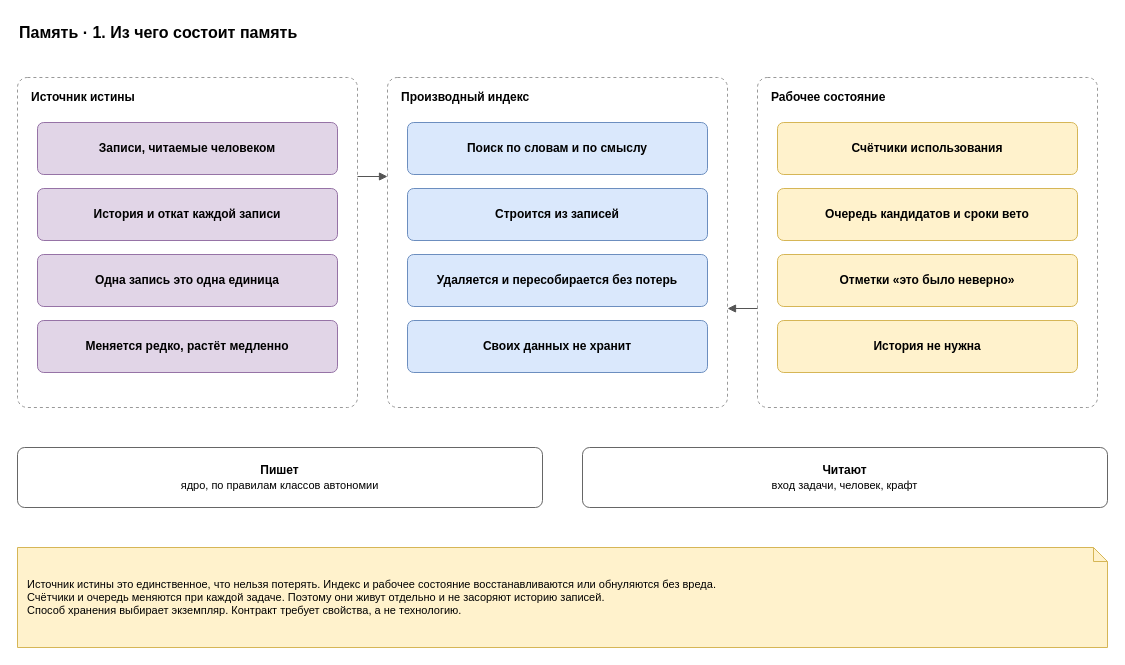
Before: page "1. Состав" (1 of 7) of docs/spec/harness-memory.drawio in roygkov/reins, a draw.io diagram. Source tidied: cells renumbered, new cells numbered last; positions are measured from the earlier drawing's top-left corner, leaving out a move shared by most shapes. Both pictures are drawn from the tidied source at 100%, with x=0, y=0 at pixel (17, 17).
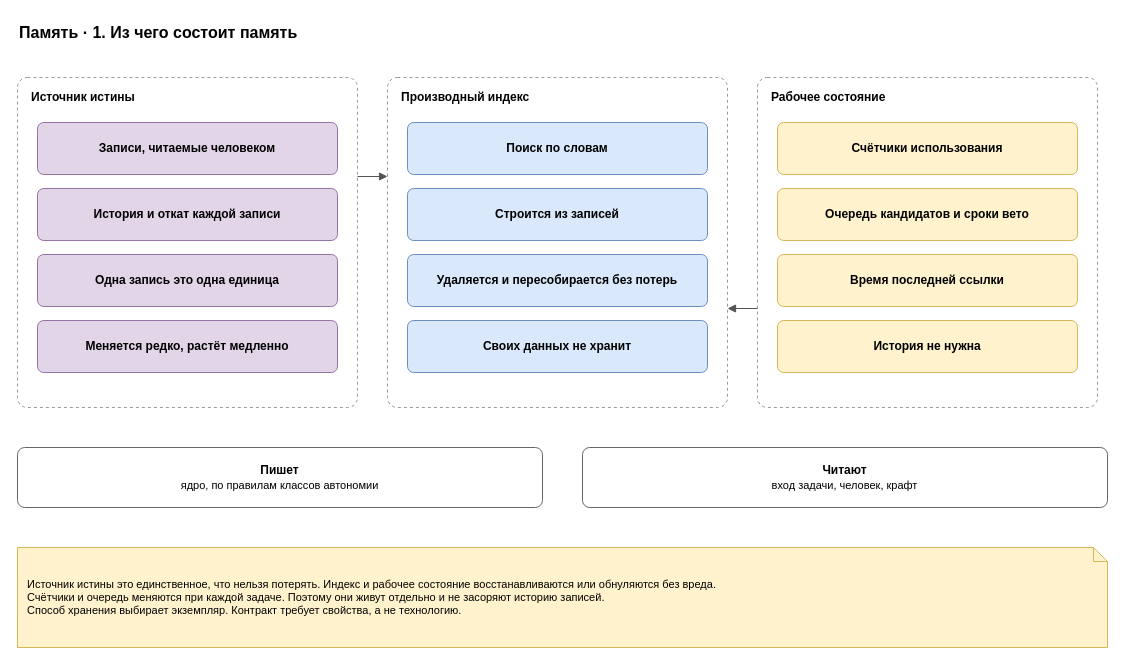
After the change.

The edit, as a diff of the source:
```diff
@@
-    <mxCell id="9" value="&lt;b&gt;Поиск по словам и по смыслу&lt;/b&gt;" style="rounded=1;whiteSpace=wrap;html=1;fillColor=#dae8fc;strokeColor=#6c8ebf;arcSize=12;" parent="1" vertex="1">
+    <mxCell id="9" value="&lt;b&gt;Поиск по словам&lt;/b&gt;" style="rounded=1;whiteSpace=wrap;html=1;fillColor=#dae8fc;strokeColor=#6c8ebf;arcSize=12;" parent="1" vertex="1">
       <mxGeometry x="390" y="105" width="300" height="52" as="geometry" />
     </mxCell>
@@
-    <mxCell id="16" value="&lt;b&gt;Отметки «это было неверно»&lt;/b&gt;" style="rounded=1;whiteSpace=wrap;html=1;fillColor=#fff2cc;strokeColor=#d6b656;arcSize=12;" parent="1" vertex="1">
+    <mxCell id="16" value="&lt;b&gt;Время последней ссылки&lt;/b&gt;" style="rounded=1;whiteSpace=wrap;html=1;fillColor=#fff2cc;strokeColor=#d6b656;arcSize=12;" parent="1" vertex="1">
       <mxGeometry x="760" y="237" width="300" height="52" as="geometry" />
     </mxCell>
```
